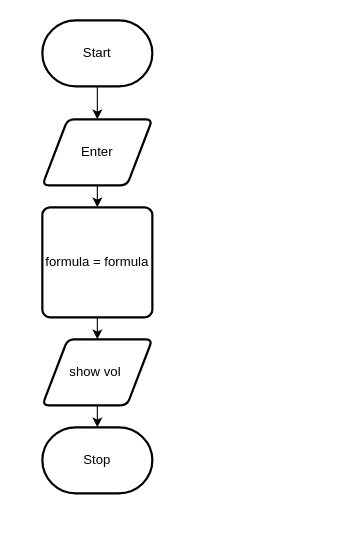
Earlier version of the draw.io diagram design/flowchart.drawio (Johanna-liu16/ICS2O-Unit-5-04-JS). Source tidied: cells renumbered, new cells numbered last; positions are measured from the earlier drawing's top-left corner, leaving out a move shared by most shapes. Both pictures are drawn from the tidied source at 110%, with x=0, y=0 at pixel (42, 20).
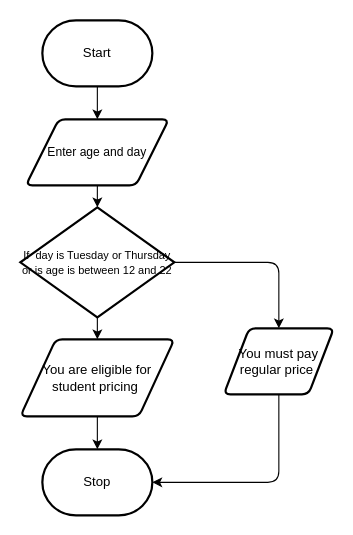
Above is the later version.

The edit, as a diff of the source:
```diff
@@
 <mxGraphModel>
   <root>
     <mxCell id="0" />
     <mxCell id="1" parent="0" />
     <mxCell id="2" style="edgeStyle=none;html=1;exitX=0.5;exitY=1;exitDx=0;exitDy=0;exitPerimeter=0;entryX=0.5;entryY=0;entryDx=0;entryDy=0;" parent="1" edge="1" source="3" target="5">
       <mxGeometry relative="1" as="geometry" />
     </mxCell>
     <mxCell id="3" value="Start" style="strokeWidth=2;html=1;shape=mxgraph.flowchart.terminator;whiteSpace=wrap;" parent="1" vertex="1">
       <mxGeometry width="100" height="60" as="geometry" />
     </mxCell>
-    <mxCell id="4" style="edgeStyle=none;html=1;exitX=0.5;exitY=1;exitDx=0;exitDy=0;" parent="1" edge="1" source="5" target="7">
-      <mxGeometry relative="1" as="geometry" />
-    </mxCell>
+    <mxCell id="11" style="edgeStyle=none;html=1;exitX=0.5;exitY=1;exitDx=0;exitDy=0;fontSize=12;" parent="1" edge="1" source="5" target="14">
+      <mxGeometry relative="1" as="geometry" />
+    </mxCell>
-    <mxCell id="5" value="Enter" style="shape=parallelogram;html=1;strokeWidth=2;perimeter=parallelogramPerimeter;whiteSpace=wrap;rounded=1;arcSize=12;size=0.23;" parent="1" vertex="1">
-      <mxGeometry y="90" width="100" height="60" as="geometry" />
+    <mxCell id="5" value="&lt;font style=&quot;font-size: 11px&quot;&gt;Enter age and day&lt;/font&gt;" style="shape=parallelogram;html=1;strokeWidth=2;perimeter=parallelogramPerimeter;whiteSpace=wrap;rounded=1;arcSize=12;size=0.23;" parent="1" vertex="1">
+      <mxGeometry x="-15" y="90" width="130" height="60" as="geometry" />
     </mxCell>
-    <mxCell id="6" style="edgeStyle=none;html=1;exitX=0.5;exitY=1;exitDx=0;exitDy=0;" parent="1" edge="1" source="7" target="9">
-      <mxGeometry relative="1" as="geometry" />
-    </mxCell>
-    <mxCell id="7" value="formula = formula" style="rounded=1;whiteSpace=wrap;html=1;absoluteArcSize=1;arcSize=14;strokeWidth=2;" parent="1" vertex="1">
-      <mxGeometry y="170" width="100" height="100" as="geometry" />
-    </mxCell>
     <mxCell id="8" style="edgeStyle=none;html=1;exitX=0.5;exitY=1;exitDx=0;exitDy=0;entryX=0.5;entryY=0;entryDx=0;entryDy=0;entryPerimeter=0;" parent="1" edge="1" source="9" target="10">
       <mxGeometry relative="1" as="geometry" />
     </mxCell>
-    <mxCell id="9" value="show vol&amp;nbsp;" style="shape=parallelogram;html=1;strokeWidth=2;perimeter=parallelogramPerimeter;whiteSpace=wrap;rounded=1;arcSize=12;size=0.23;" parent="1" vertex="1">
-      <mxGeometry y="290" width="100" height="60" as="geometry" />
+    <mxCell id="9" value="&lt;div&gt;&lt;span style=&quot;line-height: 0.4&quot;&gt;&lt;font style=&quot;font-size: 12px&quot;&gt;You are eligible for student pricing&amp;nbsp;&lt;/font&gt;&lt;/span&gt;&lt;/div&gt;" style="shape=parallelogram;html=1;strokeWidth=2;perimeter=parallelogramPerimeter;whiteSpace=wrap;rounded=1;arcSize=12;size=0.23;align=center;" parent="1" vertex="1">
+      <mxGeometry x="-20" y="290" width="140" height="70" as="geometry" />
     </mxCell>
     <mxCell id="10" value="Stop" style="strokeWidth=2;html=1;shape=mxgraph.flowchart.terminator;whiteSpace=wrap;" parent="1" vertex="1">
-      <mxGeometry y="370" width="100" height="60" as="geometry" />
+      <mxGeometry y="390" width="100" height="60" as="geometry" />
     </mxCell>
+    <mxCell id="12" style="edgeStyle=none;html=1;exitX=0.5;exitY=1;exitDx=0;exitDy=0;exitPerimeter=0;fontSize=12;" parent="1" edge="1" source="14" target="9">
+      <mxGeometry relative="1" as="geometry" />
+    </mxCell>
+    <mxCell id="13" style="edgeStyle=none;html=1;fontSize=12;entryX=0.5;entryY=0;entryDx=0;entryDy=0;" parent="1" edge="1" source="14" target="16">
+      <mxGeometry relative="1" as="geometry">
+        <Array as="points">
+          <mxPoint x="215" y="220" />
+        </Array>
+      </mxGeometry>
+    </mxCell>
+    <mxCell id="14" value="&lt;font style=&quot;font-size: 10px&quot;&gt;If&amp;nbsp; day is Tuesday or Thursday or is age is between 12 and 22&lt;/font&gt;" style="strokeWidth=2;html=1;shape=mxgraph.flowchart.decision;whiteSpace=wrap;fontSize=11;" parent="1" vertex="1">
+      <mxGeometry x="-20" y="170" width="140" height="100" as="geometry" />
+    </mxCell>
+    <mxCell id="15" style="edgeStyle=none;html=1;exitX=0.5;exitY=1;exitDx=0;exitDy=0;fontSize=12;entryX=1;entryY=0.5;entryDx=0;entryDy=0;entryPerimeter=0;" parent="1" edge="1" source="16" target="10">
+      <mxGeometry relative="1" as="geometry">
+        <Array as="points">
+          <mxPoint x="215" y="420" />
+        </Array>
+      </mxGeometry>
+    </mxCell>
+    <mxCell id="16" value="You must pay regular price&amp;nbsp;" style="shape=parallelogram;html=1;strokeWidth=2;perimeter=parallelogramPerimeter;whiteSpace=wrap;rounded=1;arcSize=12;size=0.23;fontSize=12;" parent="1" vertex="1">
+      <mxGeometry x="165" y="280" width="100" height="60" as="geometry" />
+    </mxCell>
   </root>
 </mxGraphModel>
```
